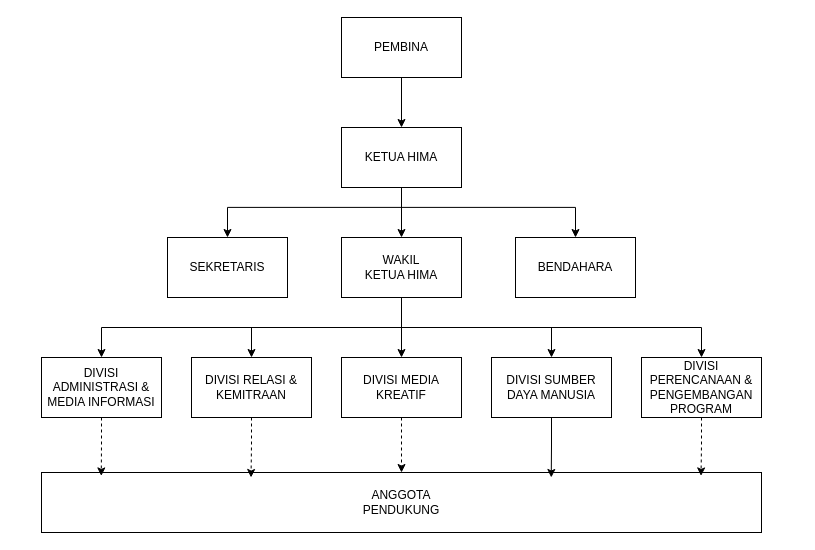
himsisfo-unsia/masterplan-2026-2027 keeps this draw.io diagram as page "STRUKTUR ORGANISASI" (3 of 3) of focus-tree.drawio. Above is the earlier version. Source tidied: cells renumbered, new cells numbered last; positions are measured from the earlier drawing's top-left corner, leaving out a move shared by most shapes. Both pictures are drawn from the tidied source at 100%, with x=0, y=0 at pixel (41, 17).
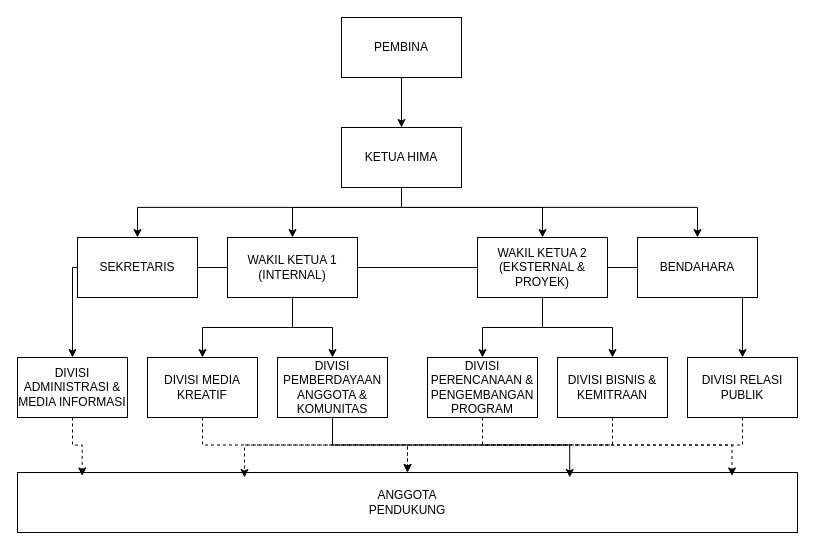
After the change.

Commit message (it also covers changes not shown here):
feat(structure): perbarui struktur HIMA 2026-2027 dengan 6 divisi operasional dan 2 wakil ketua

Unchanged cells that the change refers to:
```xml
<mxCell id="5" value="KETUA HIMA" style="rounded=0;whiteSpace=wrap;html=1;" parent="1" vertex="1">
  <mxGeometry x="300" y="110" width="120" height="60" as="geometry" />
</mxCell>
```

Diff of the diagram source:
```diff
@@
     <mxCell id="2" style="edgeStyle=orthogonalEdgeStyle;rounded=0;jettySize=auto;html=1;entryX=0.5;entryY=0;entryDx=0;entryDy=0;" parent="1" edge="1" source="5" target="12">
       <mxGeometry relative="1" as="geometry">
         <Array as="points">
           <mxPoint x="360" y="189.9" />
-          <mxPoint x="186" y="189.9" />
+          <mxPoint x="96" y="189.9" />
         </Array>
       </mxGeometry>
     </mxCell>
     <mxCell id="3" style="edgeStyle=orthogonalEdgeStyle;rounded=0;jettySize=auto;html=1;" parent="1" edge="1" source="5" target="13">
       <mxGeometry relative="1" as="geometry">
         <Array as="points">
           <mxPoint x="360" y="189.9" />
-          <mxPoint x="534" y="189.9" />
+          <mxPoint x="656" y="189.9" />
         </Array>
       </mxGeometry>
     </mxCell>
     <mxCell id="4" style="edgeStyle=orthogonalEdgeStyle;rounded=0;jettySize=auto;html=1;entryX=0.5;entryY=0;entryDx=0;entryDy=0;" parent="1" edge="1" source="5" target="11">
-      <mxGeometry relative="1" as="geometry" />
+      <mxGeometry relative="1" as="geometry">
+        <Array as="points">
+          <mxPoint x="360" y="190" />
+          <mxPoint x="251" y="190" />
+        </Array>
+      </mxGeometry>
     </mxCell>
@@
-    <mxCell id="7" style="edgeStyle=orthogonalEdgeStyle;rounded=0;jettySize=auto;html=1;entryX=0.5;entryY=0;entryDx=0;entryDy=0;" parent="1" edge="1" source="11" target="22">
-      <mxGeometry relative="1" as="geometry">
-        <Array as="points">
-          <mxPoint x="360" y="310" />
-          <mxPoint x="210" y="310" />
-        </Array>
-      </mxGeometry>
+    <mxCell id="7" style="edgeStyle=orthogonalEdgeStyle;rounded=0;jettySize=auto;html=1;entryX=0.5;entryY=0;entryDx=0;entryDy=0;" parent="1" edge="1" source="28" target="22">
+      <mxGeometry relative="1" as="geometry" />
     </mxCell>
     <mxCell id="8" style="edgeStyle=orthogonalEdgeStyle;rounded=0;jettySize=auto;html=1;" parent="1" edge="1" source="11" target="17">
-      <mxGeometry relative="1" as="geometry">
-        <Array as="points">
-          <mxPoint x="360" y="310" />
-          <mxPoint x="60" y="310" />
-        </Array>
-      </mxGeometry>
+      <mxGeometry relative="1" as="geometry" />
     </mxCell>
     <mxCell id="9" style="edgeStyle=orthogonalEdgeStyle;rounded=0;jettySize=auto;html=1;" parent="1" edge="1" source="11" target="18">
-      <mxGeometry relative="1" as="geometry">
-        <Array as="points">
-          <mxPoint x="360" y="310" />
-          <mxPoint x="510" y="310" />
-        </Array>
-      </mxGeometry>
+      <mxGeometry relative="1" as="geometry" />
     </mxCell>
-    <mxCell id="10" style="edgeStyle=orthogonalEdgeStyle;rounded=0;jettySize=auto;html=1;" parent="1" edge="1" source="11" target="14">
-      <mxGeometry relative="1" as="geometry">
-        <Array as="points">
-          <mxPoint x="360" y="310" />
-          <mxPoint x="660" y="310" />
-        </Array>
-      </mxGeometry>
+    <mxCell id="10" style="edgeStyle=orthogonalEdgeStyle;rounded=0;jettySize=auto;html=1;" parent="1" edge="1" source="28" target="14">
+      <mxGeometry relative="1" as="geometry" />
     </mxCell>
+    <mxCell id="27" style="edgeStyle=orthogonalEdgeStyle;rounded=0;jettySize=auto;html=1;entryX=0;entryY=0.5;entryDx=0;entryDy=0;defaultLabelBackgroundColor=page;endArrow=none;endFill=0;" parent="1" edge="1" source="11" target="28">
+      <mxGeometry relative="1" as="geometry" />
+    </mxCell>
-    <mxCell id="11" value="WAKIL&lt;br&gt;KETUA HIMA" style="rounded=0;whiteSpace=wrap;html=1;" parent="1" vertex="1">
-      <mxGeometry x="300" y="220" width="120" height="60" as="geometry" />
+    <mxCell id="11" value="WAKIL KETUA 1&lt;br&gt;(INTERNAL)" style="rounded=0;whiteSpace=wrap;html=1;" parent="1" vertex="1">
+      <mxGeometry x="186" y="220" width="130" height="60" as="geometry" />
     </mxCell>
     <mxCell id="12" value="SEKRETARIS" style="rounded=0;whiteSpace=wrap;html=1;" parent="1" vertex="1">
-      <mxGeometry x="126" y="220" width="120" height="60" as="geometry" />
+      <mxGeometry x="36" y="220" width="120" height="60" as="geometry" />
     </mxCell>
     <mxCell id="13" value="BENDAHARA" style="rounded=0;whiteSpace=wrap;html=1;" parent="1" vertex="1">
-      <mxGeometry x="474" y="220" width="120" height="60" as="geometry" />
+      <mxGeometry x="596" y="220" width="120" height="60" as="geometry" />
     </mxCell>
     <mxCell id="14" value="DIVISI PERENCANAAN &amp;amp; PENGEMBANGAN PROGRAM" style="rounded=0;whiteSpace=wrap;html=1;" parent="1" vertex="1">
-      <mxGeometry x="600" y="340" width="120" height="60" as="geometry" />
+      <mxGeometry x="386" y="340" width="110" height="60" as="geometry" />
     </mxCell>
@@
     <mxCell id="16" value="DIVISI MEDIA KREATIF" style="rounded=0;whiteSpace=wrap;html=1;" parent="1" vertex="1">
-      <mxGeometry x="300" y="340" width="120" height="60" as="geometry" />
+      <mxGeometry x="106" y="340" width="110" height="60" as="geometry" />
     </mxCell>
     <mxCell id="17" value="DIVISI ADMINISTRASI &amp;amp; MEDIA INFORMASI" style="rounded=0;whiteSpace=wrap;html=1;" parent="1" vertex="1">
-      <mxGeometry y="340" width="120" height="60" as="geometry" />
+      <mxGeometry x="-24" y="340" width="110" height="60" as="geometry" />
     </mxCell>
-    <mxCell id="18" value="DIVISI SUMBER DAYA MANUSIA" style="rounded=0;whiteSpace=wrap;html=1;" parent="1" vertex="1">
-      <mxGeometry x="450" y="340" width="120" height="60" as="geometry" />
+    <mxCell id="18" value="DIVISI PEMBERDAYAAN ANGGOTA &amp;amp; KOMUNITAS" style="rounded=0;whiteSpace=wrap;html=1;" parent="1" vertex="1">
+      <mxGeometry x="236" y="340" width="110" height="60" as="geometry" />
     </mxCell>
     <mxCell id="19" value="ANGGOTA&lt;br&gt;PENDUKUNG" style="rounded=0;whiteSpace=wrap;html=1;" parent="1" vertex="1">
-      <mxGeometry y="455" width="720" height="60" as="geometry" />
+      <mxGeometry x="-24" y="455" width="780" height="60" as="geometry" />
     </mxCell>
@@
-    <mxCell id="22" value="DIVISI RELASI &amp;amp; KEMITRAAN" style="rounded=0;whiteSpace=wrap;html=1;" parent="1" vertex="1">
-      <mxGeometry x="150" y="340" width="120" height="60" as="geometry" />
+    <mxCell id="22" value="DIVISI RELASI PUBLIK" style="rounded=0;whiteSpace=wrap;html=1;" parent="1" vertex="1">
+      <mxGeometry x="646" y="340" width="110" height="60" as="geometry" />
     </mxCell>
@@
+    <mxCell id="28" value="WAKIL KETUA 2&lt;br&gt;(EKSTERNAL &amp;amp; PROYEK)" style="rounded=0;whiteSpace=wrap;html=1;" parent="1" vertex="1">
+      <mxGeometry x="436" y="220" width="130" height="60" as="geometry" />
+    </mxCell>
+    <mxCell id="29" style="edgeStyle=orthogonalEdgeStyle;rounded=0;jettySize=auto;html=1;entryX=0.5;entryY=0;entryDx=0;entryDy=0;" parent="1" edge="1" source="5" target="28">
+      <mxGeometry relative="1" as="geometry">
+        <Array as="points">
+          <mxPoint x="360" y="190" />
+          <mxPoint x="501" y="190" />
+        </Array>
+      </mxGeometry>
+    </mxCell>
+    <mxCell id="30" value="DIVISI BISNIS &amp;amp; KEMITRAAN" style="rounded=0;whiteSpace=wrap;html=1;" parent="1" vertex="1">
+      <mxGeometry x="516" y="340" width="110" height="60" as="geometry" />
+    </mxCell>
+    <mxCell id="31" style="edgeStyle=orthogonalEdgeStyle;rounded=0;jettySize=auto;html=1;entryX=0.5;entryY=0;entryDx=0;entryDy=0;" parent="1" edge="1" source="28" target="30">
+      <mxGeometry relative="1" as="geometry">
+        <Array as="points">
+          <mxPoint x="501" y="310" />
+          <mxPoint x="571" y="310" />
+        </Array>
+      </mxGeometry>
+    </mxCell>
+    <mxCell id="32" style="edgeStyle=orthogonalEdgeStyle;rounded=0;jettySize=auto;html=1;dashed=1;" parent="1" edge="1" source="30" target="19">
+      <mxGeometry relative="1" as="geometry" />
+    </mxCell>
```
